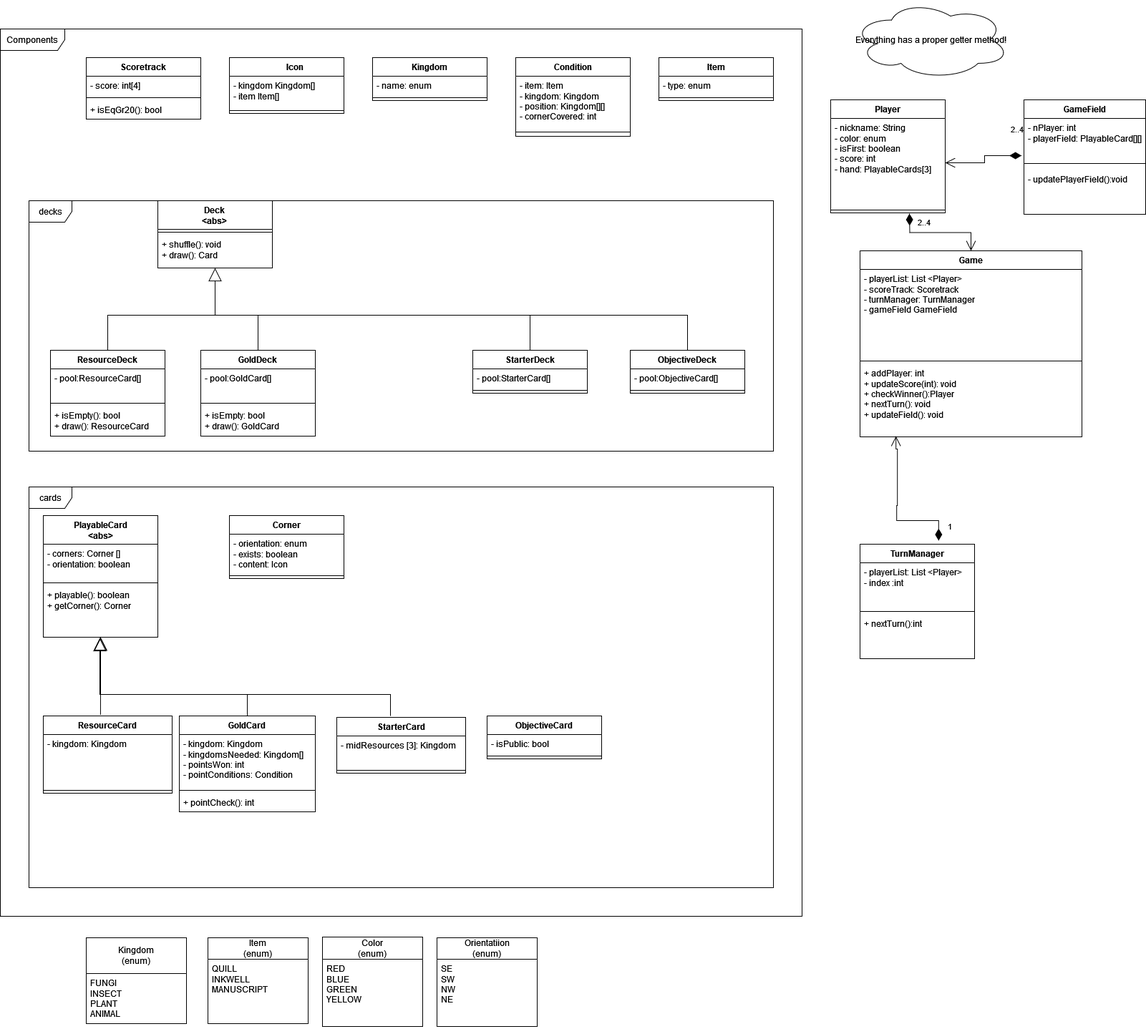
Above: UML/UML.png in Mattix124/IS24-AM38 (draw.io), before the change. Source tidied: cells renumbered, new cells last; positions are measured from the earlier drawing's top-left corner, leaving out a move shared by most shapes.
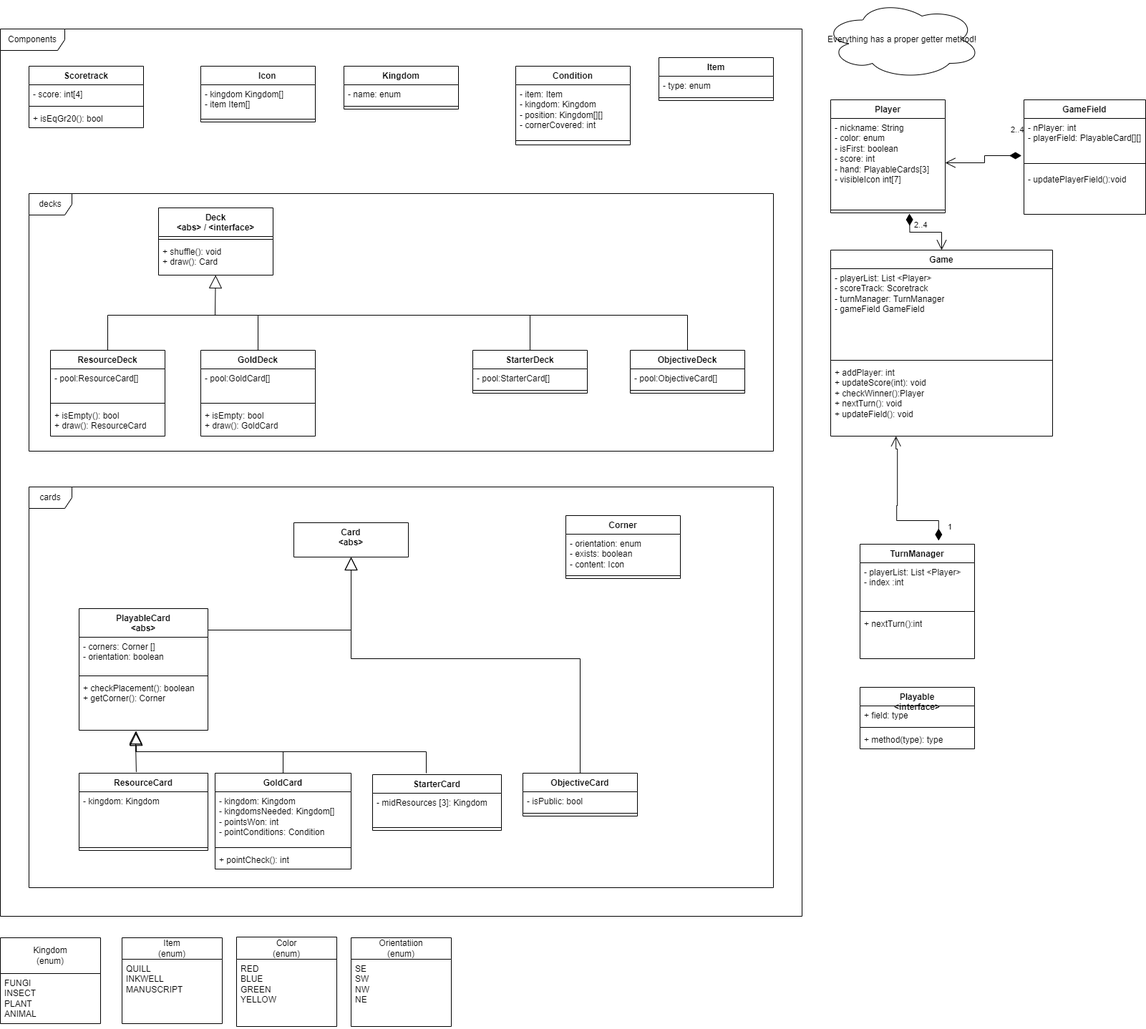
After the change.

What changed in the source:
```diff
@@ -9,22 +9,22 @@
       <mxGeometry x="40" y="680" width="1040" height="560" as="geometry" />
     </mxCell>
     <mxCell id="4" value="&lt;div&gt;PlayableCard&lt;/div&gt;&lt;div&gt;&amp;lt;abs&amp;gt;&lt;/div&gt;" style="swimlane;fontStyle=1;align=center;verticalAlign=top;horizontal=1;startSize=40;whiteSpace=wrap;html=1;" parent="1" vertex="1">
-      <mxGeometry x="60" y="720" width="160" height="170" as="geometry" />
+      <mxGeometry x="110" y="850" width="180" height="170" as="geometry" />
     </mxCell>
     <mxCell id="5" value="&lt;div&gt;- corners: Corner []&lt;/div&gt;&lt;div&gt;- orientation: boolean&lt;br&gt;&lt;/div&gt;" style="text;strokeColor=none;fillColor=none;align=left;verticalAlign=top;spacingLeft=4;spacingRight=4;overflow=hidden;whiteSpace=wrap;html=1;" parent="4" vertex="1">
-      <mxGeometry y="40" width="160" height="50" as="geometry" />
+      <mxGeometry y="40" width="180" height="50" as="geometry" />
     </mxCell>
     <mxCell id="6" style="line;strokeWidth=1;fillColor=none;align=left;verticalAlign=middle;spacingTop=-1;spacingLeft=3;spacingRight=3;labelPosition=right;strokeColor=inherit;" parent="4" vertex="1">
-      <mxGeometry y="90" width="160" height="8" as="geometry" />
+      <mxGeometry y="90" width="180" height="8" as="geometry" />
     </mxCell>
-    <mxCell id="7" value="&lt;div&gt;+ playable(): boolean&lt;/div&gt;+ getCorner(): Corner" style="text;strokeColor=none;fillColor=none;align=left;verticalAlign=top;spacingLeft=4;spacingRight=4;overflow=hidden;points=[[0,0.5],[1,0.5]];portConstraint=eastwest;whiteSpace=wrap;html=1;" parent="4" vertex="1">
-      <mxGeometry y="98" width="160" height="72" as="geometry" />
+    <mxCell id="7" value="&lt;div&gt;+ checkPlacement(): boolean&lt;/div&gt;+ getCorner(): Corner" style="text;strokeColor=none;fillColor=none;align=left;verticalAlign=top;spacingLeft=4;spacingRight=4;overflow=hidden;points=[[0,0.5],[1,0.5]];portConstraint=eastwest;whiteSpace=wrap;html=1;" parent="4" vertex="1">
+      <mxGeometry y="98" width="180" height="72" as="geometry" />
     </mxCell>
-    <mxCell id="8" style="endArrow=block;endSize=16;endFill=0;html=1;rounded=0;entryX=0.5;entryY=1;entryDx=0;entryDy=0;exitX=0.444;exitY=-0.015;exitDx=0;exitDy=0;exitPerimeter=0;" parent="1" edge="1" source="9" target="4">
+    <mxCell id="8" style="endArrow=block;endSize=16;endFill=0;html=1;rounded=0;entryX=0.437;entryY=1.035;entryDx=0;entryDy=0;exitX=0.444;exitY=-0.015;exitDx=0;exitDy=0;exitPerimeter=0;entryPerimeter=0;" parent="1" edge="1" source="9" target="7">
       <mxGeometry relative="1" as="geometry" />
     </mxCell>
     <mxCell id="9" value="ResourceCard" style="swimlane;fontStyle=1;align=center;verticalAlign=top;horizontal=1;startSize=26;whiteSpace=wrap;html=1;" parent="1" vertex="1">
-      <mxGeometry x="60" y="1000" width="180" height="108" as="geometry" />
+      <mxGeometry x="110" y="1080" width="180" height="108" as="geometry" />
     </mxCell>
     <mxCell id="10" value="- kingdom: Kingdom" style="text;strokeColor=none;fillColor=none;align=left;verticalAlign=top;spacingLeft=4;spacingRight=4;overflow=hidden;whiteSpace=wrap;html=1;" parent="9" vertex="1">
       <mxGeometry y="26" width="180" height="74" as="geometry" />
@@ -33,7 +33,7 @@
       <mxGeometry y="100" width="180" height="8" as="geometry" />
     </mxCell>
     <mxCell id="12" value="GoldCard" style="swimlane;fontStyle=1;align=center;verticalAlign=top;horizontal=1;startSize=26;whiteSpace=wrap;html=1;" parent="1" vertex="1">
-      <mxGeometry x="250" y="1000" width="190" height="134" as="geometry" />
+      <mxGeometry x="300" y="1080" width="190" height="134" as="geometry" />
     </mxCell>
     <mxCell id="13" value="&lt;div&gt;- kingdom: Kingdom&lt;/div&gt;&lt;div&gt;- kingdomsNeeded: Kingdom[]&lt;br&gt;&lt;/div&gt;&lt;div&gt;- pointsWon: int&lt;/div&gt;&lt;div&gt;- pointConditions: Condition&lt;br&gt; &lt;/div&gt;" style="text;strokeColor=none;fillColor=none;align=left;verticalAlign=top;spacingLeft=4;spacingRight=4;overflow=hidden;whiteSpace=wrap;html=1;" parent="12" vertex="1">
       <mxGeometry y="26" width="190" height="74" as="geometry" />
@@ -44,26 +44,25 @@
     <mxCell id="15" value="+ pointCheck(): int" style="text;strokeColor=none;fillColor=none;align=left;verticalAlign=top;spacingLeft=4;spacingRight=4;overflow=hidden;whiteSpace=wrap;html=1;" parent="12" vertex="1">
       <mxGeometry y="108" width="190" height="26" as="geometry" />
     </mxCell>
-    <mxCell id="16" style="endArrow=block;endSize=16;endFill=0;html=1;rounded=0;exitX=0.5;exitY=0;exitDx=0;exitDy=0;" parent="1" edge="1" source="12">
+    <mxCell id="16" style="endArrow=block;endSize=16;endFill=0;html=1;rounded=0;exitX=0.5;exitY=0;exitDx=0;exitDy=0;entryX=0.442;entryY=1.046;entryDx=0;entryDy=0;entryPerimeter=0;" parent="1" edge="1" source="12" target="7">
       <mxGeometry relative="1" as="geometry">
-        <mxPoint x="140" y="890" as="targetPoint" />
         <Array as="points">
-          <mxPoint x="345" y="970" />
-          <mxPoint x="140" y="970" />
+          <mxPoint x="395" y="1050" />
+          <mxPoint x="190" y="1050" />
         </Array>
       </mxGeometry>
     </mxCell>
-    <mxCell id="17" style="endArrow=block;endSize=16;endFill=0;html=1;rounded=0;entryX=0.494;entryY=1.014;entryDx=0;entryDy=0;entryPerimeter=0;exitX=0.5;exitY=0;exitDx=0;exitDy=0;" parent="1" edge="1" target="7">
+    <mxCell id="17" style="endArrow=block;endSize=16;endFill=0;html=1;rounded=0;entryX=0.442;entryY=1.012;entryDx=0;entryDy=0;entryPerimeter=0;exitX=0.5;exitY=0;exitDx=0;exitDy=0;" parent="1" edge="1" target="7">
       <mxGeometry relative="1" as="geometry">
-        <mxPoint x="545" y="1000" as="sourcePoint" />
+        <mxPoint x="595" y="1080" as="sourcePoint" />
         <Array as="points">
-          <mxPoint x="545" y="970" />
-          <mxPoint x="139" y="970" />
+          <mxPoint x="595" y="1050" />
+          <mxPoint x="189" y="1050" />
         </Array>
       </mxGeometry>
     </mxCell>
     <mxCell id="18" value="Condition" style="swimlane;fontStyle=1;align=center;verticalAlign=top;horizontal=1;startSize=26;whiteSpace=wrap;html=1;" parent="1" vertex="1">
-      <mxGeometry x="720" y="80" width="160" height="110" as="geometry" />
+      <mxGeometry x="720" y="92" width="160" height="110" as="geometry" />
     </mxCell>
     <mxCell id="19" value="&lt;div&gt;- item: Item&lt;br&gt;&lt;/div&gt;&lt;div&gt;- kingdom: Kingdom&lt;br&gt;&lt;/div&gt;&lt;div&gt;- position: Kingdom[][]&lt;br&gt;&lt;/div&gt;&lt;div&gt;- cornerCovered: int&lt;br&gt;&lt;/div&gt;" style="text;strokeColor=none;fillColor=none;align=left;verticalAlign=top;spacingLeft=4;spacingRight=4;overflow=hidden;whiteSpace=wrap;html=1;" parent="18" vertex="1">
       <mxGeometry y="26" width="160" height="74" as="geometry" />
@@ -75,7 +74,7 @@
       <mxGeometry y="108" width="160" height="2" as="geometry" />
     </mxCell>
     <mxCell id="22" value="Kingdom" style="swimlane;fontStyle=1;align=center;verticalAlign=top;horizontal=1;startSize=26;whiteSpace=wrap;html=1;" parent="1" vertex="1">
-      <mxGeometry x="520" y="80" width="160" height="60" as="geometry" />
+      <mxGeometry x="480" y="92" width="160" height="60" as="geometry" />
     </mxCell>
     <mxCell id="23" value="- name: enum" style="text;strokeColor=none;fillColor=none;align=left;verticalAlign=top;spacingLeft=4;spacingRight=4;overflow=hidden;whiteSpace=wrap;html=1;" parent="22" vertex="1">
       <mxGeometry y="26" width="160" height="26" as="geometry" />
@@ -93,7 +92,7 @@
       <mxGeometry y="52" width="160" height="8" as="geometry" />
     </mxCell>
     <mxCell id="28" value="Scoretrack" style="swimlane;fontStyle=1;align=center;verticalAlign=top;horizontal=1;startSize=26;whiteSpace=wrap;html=1;" parent="1" vertex="1">
-      <mxGeometry x="120" y="80" width="160" height="86" as="geometry" />
+      <mxGeometry x="40" y="92" width="160" height="86" as="geometry" />
     </mxCell>
     <mxCell id="29" value="- score: int[4]" style="text;strokeColor=none;fillColor=none;align=left;verticalAlign=top;spacingLeft=4;spacingRight=4;overflow=hidden;whiteSpace=wrap;html=1;" parent="28" vertex="1">
       <mxGeometry y="26" width="160" height="26" as="geometry" />
@@ -107,14 +106,14 @@
     <mxCell id="32" value="Player" style="swimlane;fontStyle=1;align=center;verticalAlign=top;horizontal=1;startSize=26;whiteSpace=wrap;html=1;" parent="1" vertex="1">
       <mxGeometry x="1160" y="139" width="160" height="158" as="geometry" />
     </mxCell>
-    <mxCell id="33" value="&lt;div&gt;- nickname: String&lt;/div&gt;&lt;div&gt;- color: enum&lt;/div&gt;&lt;div&gt;- isFirst: boolean&lt;/div&gt;&lt;div&gt;- score: int&lt;br&gt;&lt;/div&gt;&lt;div&gt;- hand: PlayableCards[3]&lt;/div&gt;" style="text;strokeColor=none;fillColor=none;align=left;verticalAlign=top;spacingLeft=4;spacingRight=4;overflow=hidden;points=[[0,0.5],[1,0.5]];portConstraint=eastwest;whiteSpace=wrap;html=1;" parent="32" vertex="1">
+    <mxCell id="33" value="&lt;div&gt;- nickname: String&lt;/div&gt;&lt;div&gt;- color: enum&lt;/div&gt;&lt;div&gt;- isFirst: boolean&lt;/div&gt;&lt;div&gt;- score: int&lt;br&gt;&lt;/div&gt;&lt;div&gt;- hand: PlayableCards[3]&lt;/div&gt;&lt;div&gt;- visibleIcon int[7]&amp;nbsp;&lt;/div&gt;" style="text;strokeColor=none;fillColor=none;align=left;verticalAlign=top;spacingLeft=4;spacingRight=4;overflow=hidden;points=[[0,0.5],[1,0.5]];portConstraint=eastwest;whiteSpace=wrap;html=1;" parent="32" vertex="1">
       <mxGeometry y="26" width="160" height="124" as="geometry" />
     </mxCell>
     <mxCell id="34" style="line;strokeWidth=1;fillColor=none;align=left;verticalAlign=middle;spacingTop=-1;spacingLeft=3;spacingRight=3;labelPosition=right;strokeColor=inherit;" parent="32" vertex="1">
       <mxGeometry y="150" width="160" height="8" as="geometry" />
     </mxCell>
-    <mxCell id="35" value="&lt;div&gt;Deck&lt;/div&gt;&lt;div&gt;&amp;lt;abs&amp;gt;&lt;br&gt;&lt;/div&gt;" style="swimlane;fontStyle=1;align=center;verticalAlign=top;horizontal=1;startSize=40;whiteSpace=wrap;html=1;" parent="1" vertex="1">
-      <mxGeometry x="220" y="280" width="160" height="94" as="geometry" />
+    <mxCell id="35" value="&lt;div&gt;Deck&lt;/div&gt;&lt;div&gt;&amp;lt;abs&amp;gt; / &amp;lt;interface&amp;gt;&lt;br&gt;&lt;/div&gt;" style="swimlane;fontStyle=1;align=center;verticalAlign=top;horizontal=1;startSize=40;whiteSpace=wrap;html=1;" parent="1" vertex="1">
+      <mxGeometry x="221" y="290" width="160" height="94" as="geometry" />
     </mxCell>
     <mxCell id="36" style="line;strokeWidth=1;fillColor=none;align=left;verticalAlign=middle;spacingTop=-1;spacingLeft=3;spacingRight=3;labelPosition=right;strokeColor=inherit;" parent="35" vertex="1">
       <mxGeometry y="40" width="160" height="8" as="geometry" />
@@ -165,10 +164,10 @@
       <mxGeometry y="52" width="160" height="8" as="geometry" />
     </mxCell>
     <mxCell id="52" value="decks" style="shape=umlFrame;whiteSpace=wrap;html=1;" parent="1" vertex="1">
-      <mxGeometry x="40" y="280" width="1040" height="350" as="geometry" />
+      <mxGeometry x="40" y="270" width="1040" height="360" as="geometry" />
     </mxCell>
     <mxCell id="53" value="ObjectiveCard" style="swimlane;fontStyle=1;align=center;verticalAlign=top;horizontal=1;startSize=26;whiteSpace=wrap;html=1;" parent="1" vertex="1">
-      <mxGeometry x="680" y="1000" width="160" height="60" as="geometry" />
+      <mxGeometry x="730" y="1080" width="160" height="60" as="geometry" />
     </mxCell>
     <mxCell id="54" value="- isPublic: bool" style="text;strokeColor=none;fillColor=none;align=left;verticalAlign=top;spacingLeft=4;spacingRight=4;overflow=hidden;whiteSpace=wrap;html=1;" parent="53" vertex="1">
       <mxGeometry y="26" width="160" height="26" as="geometry" />
@@ -185,10 +184,10 @@
       </mxGeometry>
     </mxCell>
     <mxCell id="57" value="Everything has a proper getter method!" style="ellipse;shape=cloud;whiteSpace=wrap;html=1;" parent="1" vertex="1">
-      <mxGeometry x="1190" width="220" height="110" as="geometry" />
+      <mxGeometry x="1150" width="220" height="110" as="geometry" />
     </mxCell>
     <mxCell id="58" value="&lt;div&gt;&lt;span style=&quot;white-space: pre;&quot;&gt;&#9;Icon&lt;/span&gt;&lt;/div&gt;&lt;div&gt;&lt;span style=&quot;white-space: pre;&quot;&gt;&lt;br&gt;&lt;/span&gt;&lt;/div&gt;" style="swimlane;fontStyle=1;align=center;verticalAlign=top;horizontal=1;startSize=26;whiteSpace=wrap;html=1;" parent="1" vertex="1">
-      <mxGeometry x="320" y="80" width="160" height="78" as="geometry" />
+      <mxGeometry x="280" y="92" width="160" height="78" as="geometry" />
     </mxCell>
     <mxCell id="59" value="- kingdom Kingdom[]&lt;div&gt;- item Item[]&lt;/div&gt;" style="text;strokeColor=none;fillColor=none;align=left;verticalAlign=top;spacingLeft=4;spacingRight=4;overflow=hidden;whiteSpace=wrap;html=1;" parent="58" vertex="1">
       <mxGeometry y="26" width="160" height="44" as="geometry" />
@@ -223,7 +222,7 @@
       </mxGeometry>
     </mxCell>
     <mxCell id="64" value="Game&lt;div&gt;&lt;br&gt;&lt;/div&gt;" style="swimlane;fontStyle=1;align=center;verticalAlign=top;horizontal=1;startSize=26;whiteSpace=wrap;html=1;" parent="1" vertex="1">
-      <mxGeometry x="1201" y="350" width="310" height="260" as="geometry" />
+      <mxGeometry x="1160" y="349" width="310" height="260" as="geometry" />
     </mxCell>
     <mxCell id="65" value="- playerList: List &amp;lt;Player&amp;gt;&lt;div&gt;- scoreTrack: Scoretrack&amp;nbsp;&lt;/div&gt;&lt;div&gt;- turnManager: TurnManager&lt;/div&gt;&lt;div&gt;- gameField GameField&lt;/div&gt;" style="text;strokeColor=none;fillColor=none;align=left;verticalAlign=top;spacingLeft=4;spacingRight=4;overflow=hidden;whiteSpace=wrap;html=1;" parent="64" vertex="1">
       <mxGeometry y="26" width="310" height="124" as="geometry" />
@@ -278,7 +277,7 @@
       </mxGeometry>
     </mxCell>
     <mxCell id="78" value="StarterCard" style="swimlane;fontStyle=1;align=center;verticalAlign=top;horizontal=1;startSize=26;whiteSpace=wrap;html=1;" parent="1" vertex="1">
-      <mxGeometry x="470" y="1002" width="180" height="78" as="geometry" />
+      <mxGeometry x="520" y="1082" width="180" height="78" as="geometry" />
     </mxCell>
     <mxCell id="79" value="- midResources [3]: Kingdom" style="text;strokeColor=none;fillColor=none;align=left;verticalAlign=top;spacingLeft=4;spacingRight=4;overflow=hidden;whiteSpace=wrap;html=1;" parent="78" vertex="1">
       <mxGeometry y="26" width="180" height="44" as="geometry" />
@@ -290,7 +289,7 @@
       <mxGeometry x="-0.72" y="-27" relative="1" as="geometry" />
     </mxCell>
     <mxCell id="82" value="Corner" style="swimlane;fontStyle=1;align=center;verticalAlign=top;horizontal=1;startSize=26;whiteSpace=wrap;html=1;" parent="1" vertex="1">
-      <mxGeometry x="320" y="720" width="160" height="88" as="geometry" />
+      <mxGeometry x="790" y="720" width="160" height="88" as="geometry" />
     </mxCell>
     <mxCell id="83" value="&lt;div&gt;- orientation: enum&lt;/div&gt;&lt;div&gt;- exists: boolean&lt;/div&gt;&lt;div&gt;- content: Icon&lt;/div&gt;" style="text;strokeColor=none;fillColor=none;align=left;verticalAlign=top;spacingLeft=4;spacingRight=4;overflow=hidden;whiteSpace=wrap;html=1;" parent="82" vertex="1">
       <mxGeometry y="26" width="160" height="54" as="geometry" />
@@ -299,28 +298,59 @@
       <mxGeometry y="80" width="160" height="8" as="geometry" />
     </mxCell>
     <mxCell id="85" value="Color&lt;div&gt;(enum)&lt;/div&gt;" style="swimlane;fontStyle=0;horizontal=1;startSize=31;fillColor=none;whiteSpace=wrap;html=1;" parent="1" vertex="1">
-      <mxGeometry x="450" y="1309" width="140" height="125" as="geometry" />
+      <mxGeometry x="330" y="1309" width="140" height="125" as="geometry" />
     </mxCell>
     <mxCell id="86" value="RED&lt;div&gt;BLUE&lt;/div&gt;&lt;div&gt;GREEN&lt;/div&gt;&lt;div&gt;YELLOW&lt;/div&gt;" style="text;strokeColor=none;fillColor=none;align=left;verticalAlign=top;spacingLeft=4;spacingRight=4;overflow=hidden;whiteSpace=wrap;html=1;" parent="85" vertex="1">
       <mxGeometry y="31" width="140" height="94" as="geometry" />
     </mxCell>
     <mxCell id="87" value="Item&lt;div&gt;(enum)&lt;/div&gt;" style="swimlane;fontStyle=0;horizontal=1;startSize=30;fillColor=none;whiteSpace=wrap;html=1;" parent="1" vertex="1">
-      <mxGeometry x="290" y="1310" width="140" height="120" as="geometry" />
+      <mxGeometry x="170" y="1310" width="140" height="120" as="geometry" />
     </mxCell>
     <mxCell id="88" value="QUILL&lt;div&gt;INKWELL&lt;/div&gt;&lt;div&gt;MANUSCRIPT&lt;/div&gt;" style="text;strokeColor=none;fillColor=none;align=left;verticalAlign=top;spacingLeft=4;spacingRight=4;overflow=hidden;whiteSpace=wrap;html=1;" parent="87" vertex="1">
       <mxGeometry y="30" width="140" height="90" as="geometry" />
     </mxCell>
     <mxCell id="89" value="&lt;div&gt;Kingdom&lt;/div&gt;&lt;div&gt;(enum)&lt;/div&gt;" style="swimlane;fontStyle=0;horizontal=1;startSize=50;fillColor=none;whiteSpace=wrap;html=1;" parent="1" vertex="1">
-      <mxGeometry x="120" y="1310" width="140" height="120" as="geometry" />
+      <mxGeometry y="1310" width="140" height="120" as="geometry" />
     </mxCell>
     <mxCell id="90" value="FUNGI&lt;div&gt;INSECT&lt;/div&gt;&lt;div&gt;PLANT&lt;/div&gt;&lt;div&gt;ANIMAL&lt;/div&gt;" style="text;strokeColor=none;fillColor=none;align=left;verticalAlign=top;spacingLeft=4;spacingRight=4;overflow=hidden;whiteSpace=wrap;html=1;" parent="89" vertex="1">
       <mxGeometry y="50" width="140" height="70" as="geometry" />
     </mxCell>
     <mxCell id="91" value="Orientatiion&lt;div&gt;(enum)&lt;/div&gt;" style="swimlane;fontStyle=0;horizontal=1;startSize=30;fillColor=none;whiteSpace=wrap;html=1;" parent="1" vertex="1">
-      <mxGeometry x="610" y="1310" width="140" height="124" as="geometry" />
+      <mxGeometry x="490" y="1310" width="140" height="124" as="geometry" />
     </mxCell>
     <mxCell id="92" value="SE&lt;div&gt;SW&lt;/div&gt;&lt;div&gt;NW&lt;/div&gt;&lt;div&gt;NE&lt;/div&gt;" style="text;strokeColor=none;fillColor=none;align=left;verticalAlign=top;spacingLeft=4;spacingRight=4;overflow=hidden;whiteSpace=wrap;html=1;" parent="91" vertex="1">
       <mxGeometry y="30" width="140" height="94" as="geometry" />
     </mxCell>
+    <mxCell id="93" value="&lt;div&gt;Playable&lt;/div&gt;&amp;lt;interface&amp;gt;&lt;div&gt;&lt;br&gt;&lt;/div&gt;" style="swimlane;fontStyle=1;align=center;verticalAlign=top;horizontal=1;startSize=26;whiteSpace=wrap;html=1;" parent="1" vertex="1">
+      <mxGeometry x="1201" y="960" width="160" height="86" as="geometry" />
+    </mxCell>
+    <mxCell id="94" value="+ field: type" style="text;strokeColor=none;fillColor=none;align=left;verticalAlign=top;spacingLeft=4;spacingRight=4;overflow=hidden;whiteSpace=wrap;html=1;" parent="93" vertex="1">
+      <mxGeometry y="26" width="160" height="26" as="geometry" />
+    </mxCell>
+    <mxCell id="95" style="line;strokeWidth=1;fillColor=none;align=left;verticalAlign=middle;spacingTop=-1;spacingLeft=3;spacingRight=3;labelPosition=right;strokeColor=inherit;" parent="93" vertex="1">
+      <mxGeometry y="52" width="160" height="8" as="geometry" />
+    </mxCell>
+    <mxCell id="96" value="+ method(type): type" style="text;strokeColor=none;fillColor=none;align=left;verticalAlign=top;spacingLeft=4;spacingRight=4;overflow=hidden;whiteSpace=wrap;html=1;" parent="93" vertex="1">
+      <mxGeometry y="60" width="160" height="26" as="geometry" />
+    </mxCell>
+    <mxCell id="97" value="Card&lt;div&gt;&amp;lt;abs&amp;gt;&lt;/div&gt;" style="swimlane;fontStyle=1;align=center;verticalAlign=top;horizontal=1;startSize=48;whiteSpace=wrap;html=1;" parent="1" vertex="1">
+      <mxGeometry x="410" y="730" width="160" height="48" as="geometry" />
+    </mxCell>
+    <mxCell id="98" style="endArrow=block;endSize=16;endFill=0;html=1;rounded=0;entryX=0.5;entryY=1;entryDx=0;entryDy=0;" parent="1" edge="1" source="53" target="97">
+      <mxGeometry relative="1" as="geometry">
+        <Array as="points">
+          <mxPoint x="810" y="920" />
+          <mxPoint x="490" y="920" />
+        </Array>
+      </mxGeometry>
+    </mxCell>
+    <mxCell id="99" style="endArrow=block;endSize=16;endFill=0;html=1;rounded=0;entryX=0.5;entryY=1;entryDx=0;entryDy=0;" parent="1" edge="1" target="97">
+      <mxGeometry x="-0.16" y="-6" relative="1" as="geometry">
+        <mxPoint x="290" y="880" as="sourcePoint" />
+        <Array as="points">
+          <mxPoint x="490" y="880" />
+        </Array>
+      </mxGeometry>
+    </mxCell>
   </root>
 </mxGraphModel>
```
